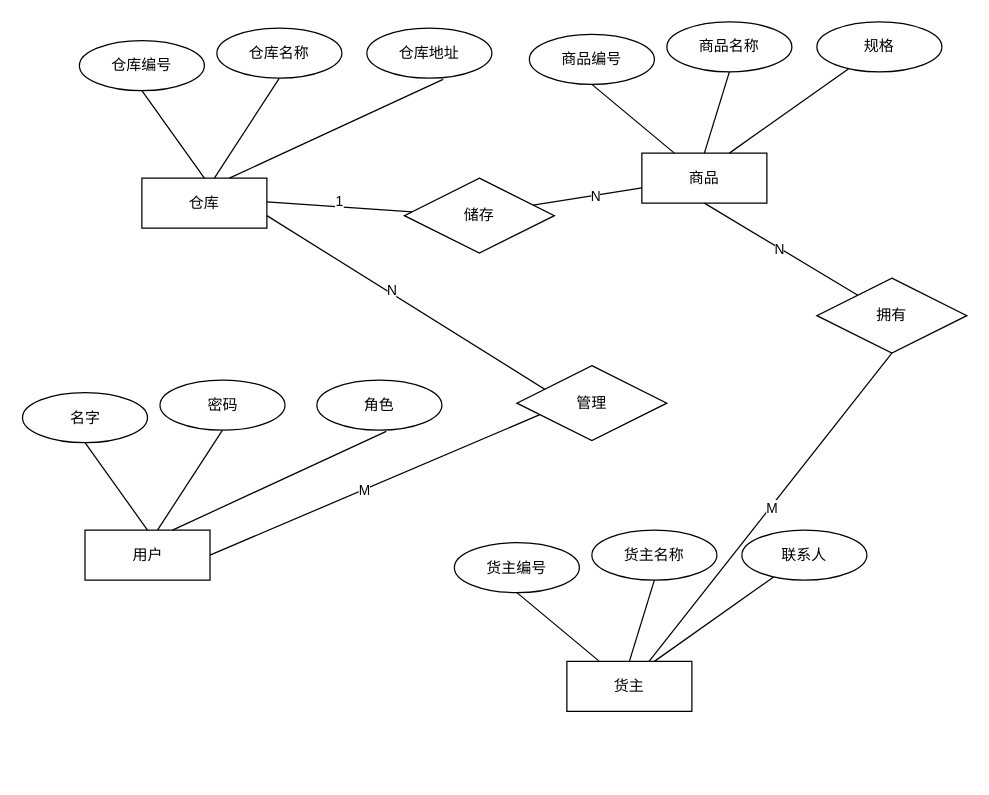
Earlier version of the draw.io diagram page "第 1 页" (1 of 2) of 未命名绘图.drawio (AnsonZnl/draw.io). Source tidied: cells renumbered, new cells numbered last; positions are measured from the earlier drawing's top-left corner, leaving out a move shared by most shapes. Both pictures are drawn from the tidied source at 125%, with x=0, y=0 at pixel (21, 21).
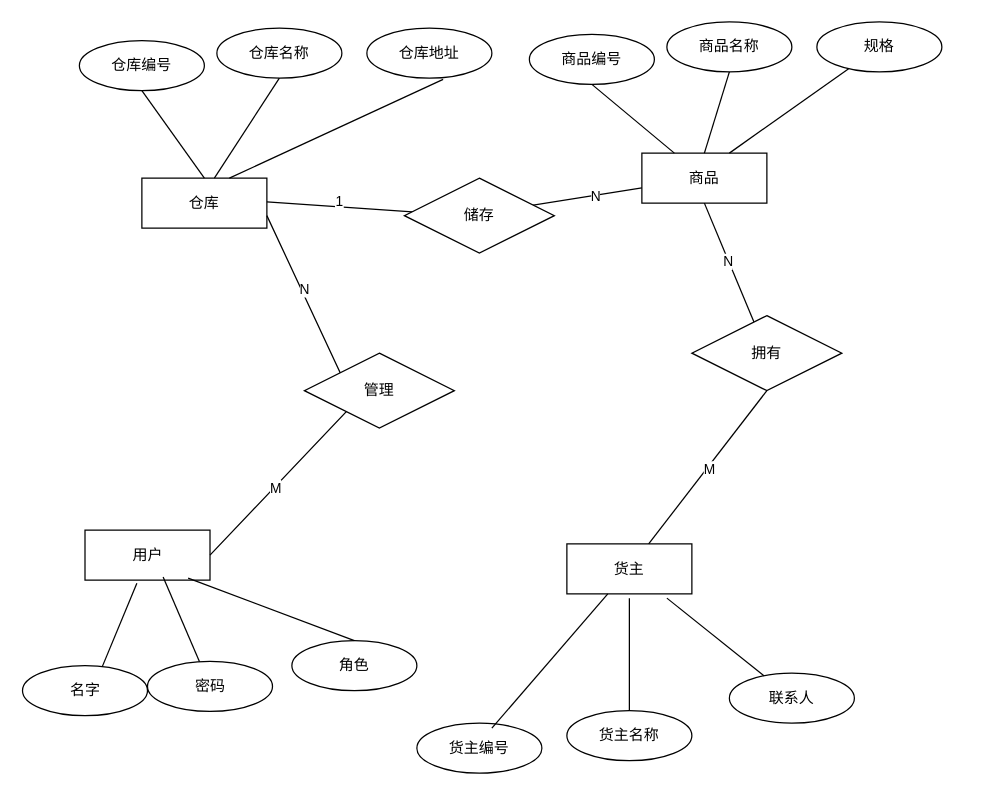
The same diagram, later.

Commit message (it also covers changes not shown here):
更新未命名绘图.drawio

The change refers to these unchanged cells:
```xml
<mxCell id="2" value="仓库" style="whiteSpace=wrap;html=1;align=center;" parent="1" vertex="1">
  <mxGeometry x="96" y="125" width="100" height="40" as="geometry" />
</mxCell>
<mxCell id="9" value="用户" style="whiteSpace=wrap;html=1;align=center;" parent="1" vertex="1">
  <mxGeometry x="50.5" y="406.6" width="100" height="40" as="geometry" />
</mxCell>
```

What changed in the source:
```diff
@@
-    <mxCell id="10" style="endArrow=none;html=1;rounded=0;exitX=0.5;exitY=0;exitDx=0;exitDy=0;" parent="1" edge="1" source="9">
-      <mxGeometry relative="1" as="geometry">
-        <mxPoint x="50.5" y="336.6" as="targetPoint" />
-      </mxGeometry>
+    <mxCell id="10" style="endArrow=none;html=1;rounded=0;exitX=0.415;exitY=1.061;exitDx=0;exitDy=0;entryX=0.625;entryY=0.1;entryDx=0;entryDy=0;entryPerimeter=0;exitPerimeter=0;" parent="1" edge="1" source="9" target="11">
+      <mxGeometry relative="1" as="geometry" />
     </mxCell>
     <mxCell id="11" value="名字" style="ellipse;whiteSpace=wrap;html=1;align=center;" parent="1" vertex="1">
-      <mxGeometry x="0.5" y="296.6" width="100" height="40" as="geometry" />
+      <mxGeometry x="0.5" y="515" width="100" height="40" as="geometry" />
     </mxCell>
     <mxCell id="12" value="密码" style="ellipse;whiteSpace=wrap;html=1;align=center;" parent="1" vertex="1">
-      <mxGeometry x="110.5" y="286.6" width="100" height="40" as="geometry" />
+      <mxGeometry x="100.5" y="511.6" width="100" height="40" as="geometry" />
     </mxCell>
     <mxCell id="13" value="角色" style="ellipse;whiteSpace=wrap;html=1;align=center;" parent="1" vertex="1">
-      <mxGeometry x="236" y="286.6" width="100" height="40" as="geometry" />
+      <mxGeometry x="216" y="495" width="100" height="40" as="geometry" />
     </mxCell>
-    <mxCell id="14" style="endArrow=none;html=1;rounded=0;entryX=0.5;entryY=1;entryDx=0;entryDy=0;" parent="1" edge="1" target="12">
-      <mxGeometry relative="1" as="geometry">
-        <mxPoint x="108.5" y="406.6" as="sourcePoint" />
-      </mxGeometry>
+    <mxCell id="14" style="endArrow=none;html=1;rounded=0;exitX=0.625;exitY=0.936;exitDx=0;exitDy=0;exitPerimeter=0;" parent="1" edge="1" source="9" target="12">
+      <mxGeometry relative="1" as="geometry" />
     </mxCell>
-    <mxCell id="15" style="endArrow=none;html=1;rounded=0;exitX=0.61;exitY=1.025;exitDx=0;exitDy=0;exitPerimeter=0;" parent="1" edge="1">
-      <mxGeometry relative="1" as="geometry">
-        <mxPoint x="291.5" y="327.6" as="sourcePoint" />
-        <mxPoint x="120.5" y="406.6" as="targetPoint" />
-      </mxGeometry>
+    <mxCell id="15" style="endArrow=none;html=1;rounded=0;exitX=0.5;exitY=0;exitDx=0;exitDy=0;entryX=0.825;entryY=0.961;entryDx=0;entryDy=0;entryPerimeter=0;" parent="1" edge="1" source="13" target="9">
+      <mxGeometry relative="1" as="geometry" />
     </mxCell>
     <mxCell id="16" style="endArrow=none;html=1;rounded=0;entryX=1;entryY=0.5;entryDx=0;entryDy=0;exitX=1;exitY=0.75;exitDx=0;exitDy=0;" parent="1" edge="1" source="2" target="9">
       <mxGeometry relative="1" as="geometry">
         <Array as="points">
-          <mxPoint x="436" y="305" />
+          <mxPoint x="266" y="305" />
         </Array>
       </mxGeometry>
     </mxCell>
@@
     <mxCell id="19" value="管理" style="shape=rhombus;perimeter=rhombusPerimeter;whiteSpace=wrap;html=1;align=center;" parent="1" vertex="1">
-      <mxGeometry x="396" y="275" width="120" height="60" as="geometry" />
+      <mxGeometry x="226" y="265" width="120" height="60" as="geometry" />
     </mxCell>
@@
     <mxCell id="31" value="货主" style="whiteSpace=wrap;html=1;align=center;" parent="1" vertex="1">
-      <mxGeometry x="436" y="511.6" width="100" height="40" as="geometry" />
+      <mxGeometry x="436" y="417.6" width="100" height="40" as="geometry" />
     </mxCell>
     <mxCell id="32" value="货主编号" style="ellipse;whiteSpace=wrap;html=1;align=center;" parent="1" vertex="1">
-      <mxGeometry x="346" y="416.6" width="100" height="40" as="geometry" />
+      <mxGeometry x="316" y="561" width="100" height="40" as="geometry" />
     </mxCell>
     <mxCell id="33" value="货主名称" style="ellipse;whiteSpace=wrap;html=1;align=center;" parent="1" vertex="1">
-      <mxGeometry x="456" y="406.6" width="100" height="40" as="geometry" />
+      <mxGeometry x="436" y="551" width="100" height="40" as="geometry" />
     </mxCell>
     <mxCell id="34" value="联系人" style="ellipse;whiteSpace=wrap;html=1;align=center;" parent="1" vertex="1">
-      <mxGeometry x="576" y="406.6" width="100" height="40" as="geometry" />
+      <mxGeometry x="566" y="521" width="100" height="40" as="geometry" />
     </mxCell>
-    <mxCell id="35" style="endArrow=none;html=1;rounded=0;exitX=0.5;exitY=1;exitDx=0;exitDy=0;" parent="1" edge="1" source="32" target="31">
+    <mxCell id="35" style="endArrow=none;html=1;rounded=0;exitX=0.6;exitY=0.1;exitDx=0;exitDy=0;exitPerimeter=0;" parent="1" edge="1" source="32" target="31">
       <mxGeometry relative="1" as="geometry" />
     </mxCell>
-    <mxCell id="36" style="endArrow=none;html=1;rounded=0;exitX=0.5;exitY=1;exitDx=0;exitDy=0;entryX=0.5;entryY=0;entryDx=0;entryDy=0;" parent="1" edge="1" source="33" target="31">
-      <mxGeometry relative="1" as="geometry" />
+    <mxCell id="36" style="endArrow=none;html=1;rounded=0;" parent="1" edge="1">
+      <mxGeometry relative="1" as="geometry">
+        <mxPoint x="486" y="551" as="sourcePoint" />
+        <mxPoint x="486" y="461" as="targetPoint" />
+      </mxGeometry>
     </mxCell>
     <mxCell id="37" style="endArrow=none;html=1;rounded=0;" parent="1" edge="1" source="34">
       <mxGeometry relative="1" as="geometry">
-        <mxPoint x="506" y="511.6" as="targetPoint" />
+        <mxPoint x="516" y="461" as="targetPoint" />
       </mxGeometry>
     </mxCell>
@@
     <mxCell id="42" value="拥有" style="shape=rhombus;perimeter=rhombusPerimeter;whiteSpace=wrap;html=1;align=center;" parent="1" vertex="1">
-      <mxGeometry x="636" y="205" width="120" height="60" as="geometry" />
+      <mxGeometry x="536" y="235" width="120" height="60" as="geometry" />
     </mxCell>
```
